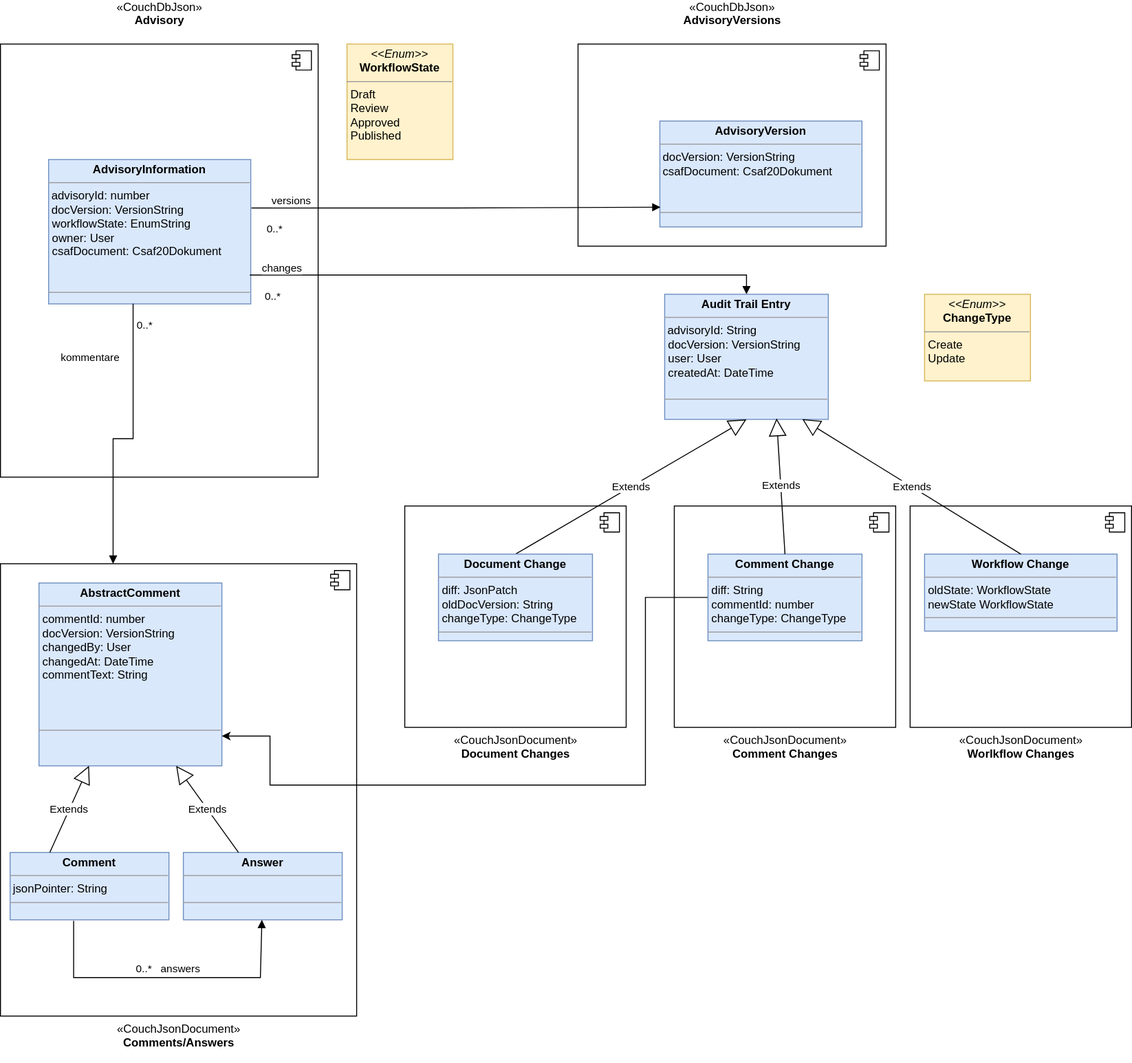
secvisogram/csaf-cms-backend keeps this draw.io diagram as documents/datamodel.drawio.svg. Above is the earlier version. Source tidied: cells renumbered, new cells last; positions are measured from the earlier drawing's top-left corner, leaving out a move shared by most shapes.
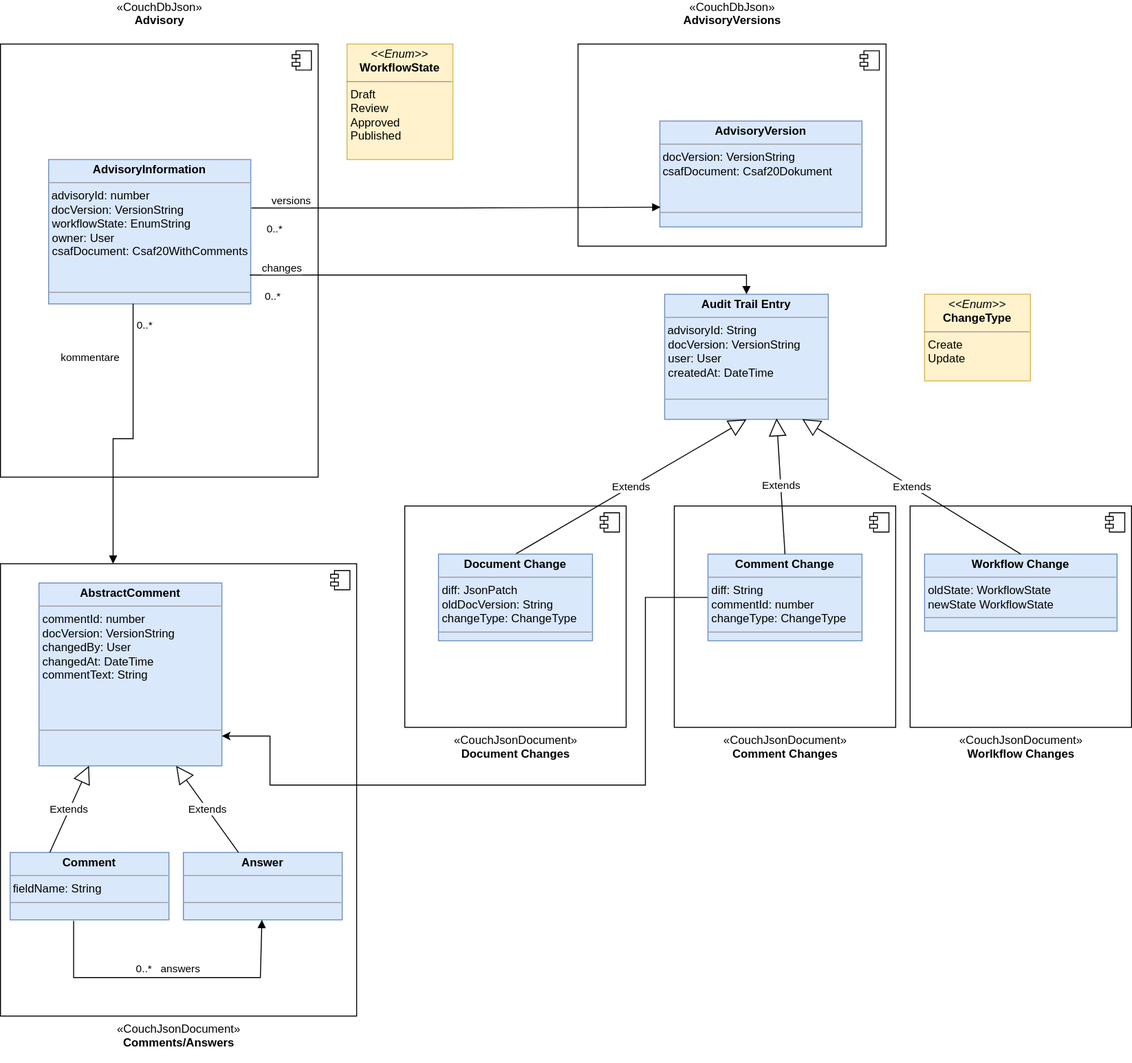
After the change.

Commit message:
docs: add information about the fieldName in the data model for comments

The edit, as a diff of the source:
```diff
@@ -50,7 +50,7 @@
         <mxPoint x="-27" y="7" as="offset" />
       </mxGeometry>
     </mxCell>
-    <mxCell id="14" value="&lt;p style=&quot;margin: 0px ; margin-top: 4px ; text-align: center&quot;&gt;&lt;b&gt;AdvisoryInformation&lt;/b&gt;&lt;br&gt;&lt;/p&gt;&lt;hr size=&quot;1&quot;&gt;&lt;div&gt;&amp;nbsp;advisoryId&lt;span&gt;: number&lt;/span&gt;&lt;/div&gt;&lt;div&gt;&lt;span&gt;&amp;nbsp;&lt;/span&gt;&lt;span&gt;&lt;span class=&quot;placeholder-inline-tasks&quot;&gt;docVersion&lt;/span&gt;: VersionString&lt;br&gt;&lt;/span&gt;&lt;/div&gt;&lt;p style=&quot;margin: 0px ; margin-left: 4px&quot;&gt;workflowState: EnumString&lt;/p&gt;&lt;p style=&quot;margin: 0px ; margin-left: 4px&quot;&gt;owner: User&lt;/p&gt;&lt;p style=&quot;margin: 0px ; margin-left: 4px&quot;&gt;&lt;span&gt;csafDocument: Csaf20Dokument&lt;/span&gt;&lt;br&gt;&lt;/p&gt;&lt;p style=&quot;margin: 0px ; margin-left: 4px&quot;&gt;&lt;br&gt;&lt;/p&gt;&lt;p style=&quot;margin: 0px ; margin-left: 4px&quot;&gt;&lt;br&gt;&lt;/p&gt;&lt;hr size=&quot;1&quot;&gt;&lt;p style=&quot;margin: 0px ; margin-left: 4px&quot;&gt;&lt;br&gt;&lt;/p&gt;" style="verticalAlign=top;align=left;overflow=fill;fontSize=12;fontFamily=Helvetica;html=1;fillColor=#dae8fc;strokeColor=#6c8ebf;" parent="1" vertex="1">
+    <mxCell id="14" value="&lt;p style=&quot;margin: 0px ; margin-top: 4px ; text-align: center&quot;&gt;&lt;b&gt;AdvisoryInformation&lt;/b&gt;&lt;br&gt;&lt;/p&gt;&lt;hr size=&quot;1&quot;&gt;&lt;div&gt;&amp;nbsp;advisoryId&lt;span&gt;: number&lt;/span&gt;&lt;/div&gt;&lt;div&gt;&lt;span&gt;&amp;nbsp;&lt;/span&gt;&lt;span&gt;&lt;span class=&quot;placeholder-inline-tasks&quot;&gt;docVersion&lt;/span&gt;: VersionString&lt;br&gt;&lt;/span&gt;&lt;/div&gt;&lt;p style=&quot;margin: 0px ; margin-left: 4px&quot;&gt;workflowState: EnumString&lt;/p&gt;&lt;p style=&quot;margin: 0px ; margin-left: 4px&quot;&gt;owner: User&lt;/p&gt;&lt;p style=&quot;margin: 0px ; margin-left: 4px&quot;&gt;&lt;span&gt;csafDocument: Csaf20WithComments&lt;/span&gt;&lt;br&gt;&lt;/p&gt;&lt;p style=&quot;margin: 0px ; margin-left: 4px&quot;&gt;&lt;br&gt;&lt;/p&gt;&lt;p style=&quot;margin: 0px ; margin-left: 4px&quot;&gt;&lt;br&gt;&lt;/p&gt;&lt;hr size=&quot;1&quot;&gt;&lt;p style=&quot;margin: 0px ; margin-left: 4px&quot;&gt;&lt;br&gt;&lt;/p&gt;" style="verticalAlign=top;align=left;overflow=fill;fontSize=12;fontFamily=Helvetica;html=1;fillColor=#dae8fc;strokeColor=#6c8ebf;" parent="1" vertex="1">
       <mxGeometry x="50" y="120" width="210" height="150" as="geometry" />
     </mxCell>
     <mxCell id="15" value="&lt;p style=&quot;margin: 0px ; margin-top: 4px ; text-align: center&quot;&gt;&lt;b&gt;AbstractComment&lt;/b&gt;&lt;/p&gt;&lt;hr size=&quot;1&quot;&gt;&lt;p style=&quot;margin: 0px ; margin-left: 4px&quot;&gt;commentId: number&lt;br&gt;&lt;/p&gt;&lt;p style=&quot;margin: 0px ; margin-left: 4px&quot;&gt;&lt;span class=&quot;placeholder-inline-tasks&quot;&gt;docVersion&lt;/span&gt;: VersionString&lt;/p&gt;&lt;p style=&quot;margin: 0px ; margin-left: 4px&quot;&gt;changedBy: User&lt;/p&gt;&lt;p style=&quot;margin: 0px ; margin-left: 4px&quot;&gt;changedAt: DateTime&lt;/p&gt;&lt;p style=&quot;margin: 0px ; margin-left: 4px&quot;&gt;commentText: String&lt;/p&gt;&lt;p style=&quot;margin: 0px ; margin-left: 4px&quot;&gt;&lt;br&gt;&lt;/p&gt;&lt;p style=&quot;margin: 0px ; margin-left: 4px&quot;&gt;&lt;br&gt;&lt;/p&gt;&lt;p style=&quot;margin: 0px ; margin-left: 4px&quot;&gt;&lt;br&gt;&lt;/p&gt;&lt;hr size=&quot;1&quot;&gt;&lt;p style=&quot;margin: 0px ; margin-left: 4px&quot;&gt;&lt;br&gt;&lt;/p&gt;" style="verticalAlign=top;align=left;overflow=fill;fontSize=12;fontFamily=Helvetica;html=1;fillColor=#dae8fc;strokeColor=#6c8ebf;" parent="1" vertex="1">
@@ -116,7 +116,7 @@
     <mxCell id="29" value="&lt;p style=&quot;margin: 0px ; margin-top: 4px ; text-align: center&quot;&gt;&lt;i&gt;&amp;lt;&amp;lt;Enum&amp;gt;&amp;gt;&lt;/i&gt;&lt;br&gt;&lt;b&gt;ChangeType&lt;/b&gt;&lt;/p&gt;&lt;hr size=&quot;1&quot;&gt;&lt;p style=&quot;margin: 0px ; margin-left: 4px&quot;&gt;Create&lt;br&gt;Update&lt;/p&gt;&lt;p style=&quot;margin: 0px ; margin-left: 4px&quot;&gt;&lt;br&gt;&lt;/p&gt;" style="verticalAlign=top;align=left;overflow=fill;fontSize=12;fontFamily=Helvetica;html=1;fillColor=#fff2cc;strokeColor=#d6b656;" parent="1" vertex="1">
       <mxGeometry x="960" y="260" width="110" height="90" as="geometry" />
     </mxCell>
-    <mxCell id="30" value="&lt;p style=&quot;margin: 0px ; margin-top: 4px ; text-align: center&quot;&gt;&lt;b&gt;Comment&lt;/b&gt;&lt;/p&gt;&lt;hr size=&quot;1&quot;&gt;&amp;nbsp;jsonPointer: String&lt;hr size=&quot;1&quot;&gt;" style="verticalAlign=top;align=left;overflow=fill;fontSize=12;fontFamily=Helvetica;html=1;fillColor=#dae8fc;strokeColor=#6c8ebf;" parent="1" vertex="1">
+    <mxCell id="30" value="&lt;p style=&quot;margin: 0px ; margin-top: 4px ; text-align: center&quot;&gt;&lt;b&gt;Comment&lt;/b&gt;&lt;/p&gt;&lt;hr size=&quot;1&quot;&gt;&amp;nbsp;fieldName: String&lt;hr size=&quot;1&quot;&gt;" style="verticalAlign=top;align=left;overflow=fill;fontSize=12;fontFamily=Helvetica;html=1;fillColor=#dae8fc;strokeColor=#6c8ebf;" parent="1" vertex="1">
       <mxGeometry x="10" y="840" width="165" height="70" as="geometry" />
     </mxCell>
     <mxCell id="31" value="&lt;p style=&quot;margin: 0px ; margin-top: 4px ; text-align: center&quot;&gt;&lt;b&gt;Answer&lt;/b&gt;&lt;/p&gt;&lt;hr size=&quot;1&quot;&gt;&lt;br&gt;&lt;hr size=&quot;1&quot;&gt;" style="verticalAlign=top;align=left;overflow=fill;fontSize=12;fontFamily=Helvetica;html=1;fillColor=#dae8fc;strokeColor=#6c8ebf;" parent="1" vertex="1">
```
